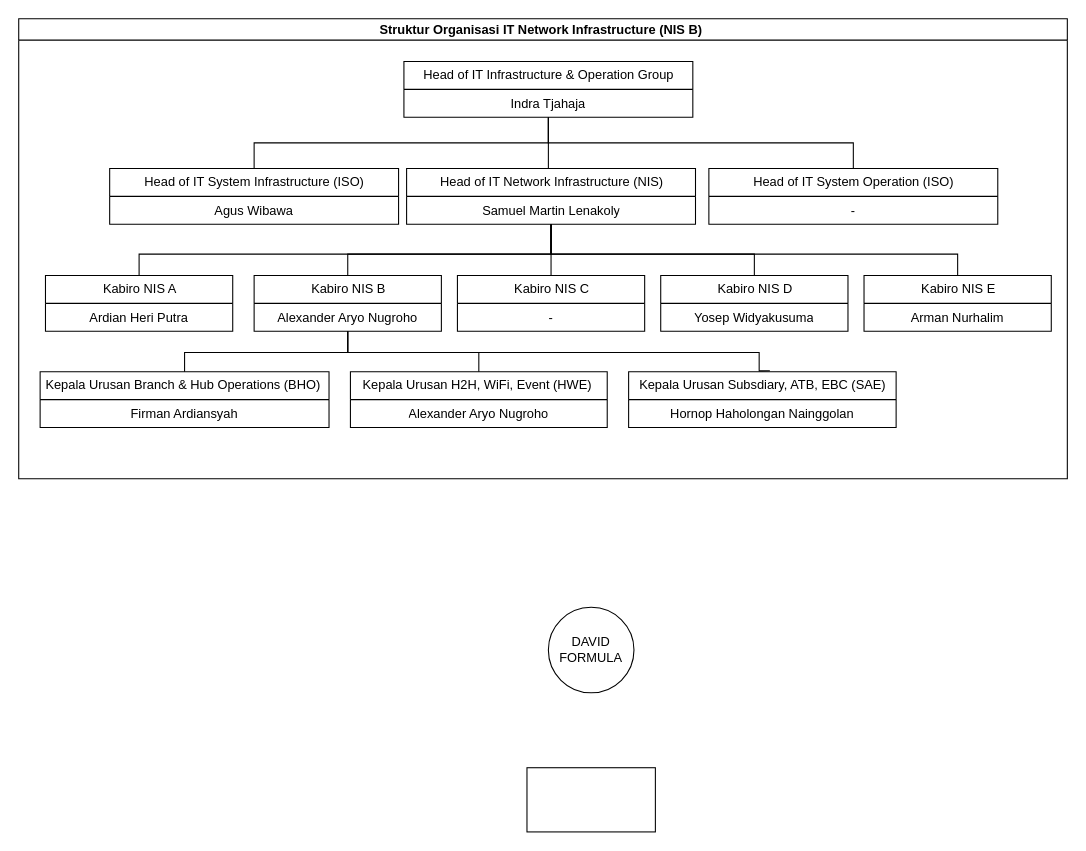
Before: page "Struktur Org GSIT - NIS B" (1 of 3) of BIP_Andrea_2026.drawio in AndreaB54/BCA_INTERNSHIP_NIS_B_2026, a draw.io diagram. Source tidied: cells renumbered, new cells numbered last; positions are measured from the earlier drawing's top-left corner, leaving out a move shared by most shapes. Both pictures are drawn from the tidied source at 107%, with x=0, y=0 at pixel (18, 18).
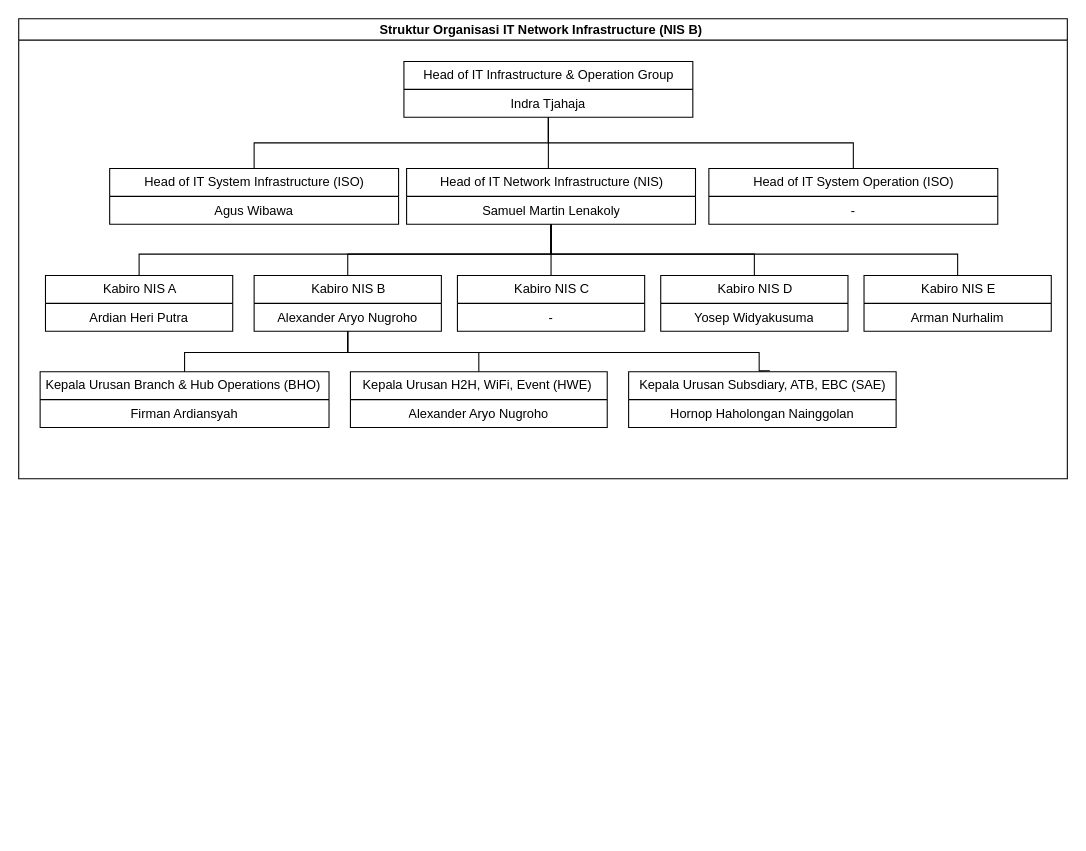
After the change.

Diff of the diagram source:
```diff
@@
-    <mxCell id="2" value="DAVID FORMULA" style="ellipse;whiteSpace=wrap;html=1;" parent="1" vertex="1">
-      <mxGeometry x="495" y="550" width="80" height="80" as="geometry" />
-    </mxCell>
-    <mxCell id="3" style="rounded=0;whiteSpace=wrap;html=1;" parent="1" vertex="1">
-      <mxGeometry x="475" y="700" width="120" height="60" as="geometry" />
-    </mxCell>
```
